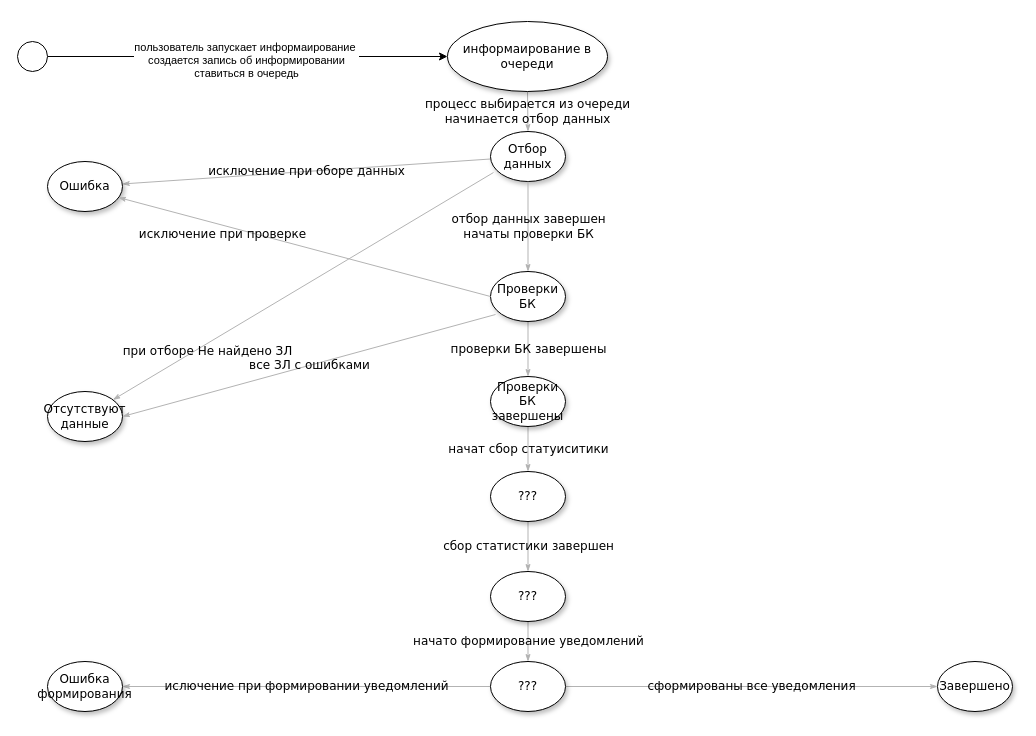
Before: статусы инициативного формирования.drawio in MaxMoto1702/draw.io, a draw.io diagram. Source tidied: cells renumbered, new cells numbered last; positions are measured from the earlier drawing's top-left corner, leaving out a move shared by most shapes. Both pictures are drawn from the tidied source at 100%, with x=0, y=0 at pixel (17, 21).
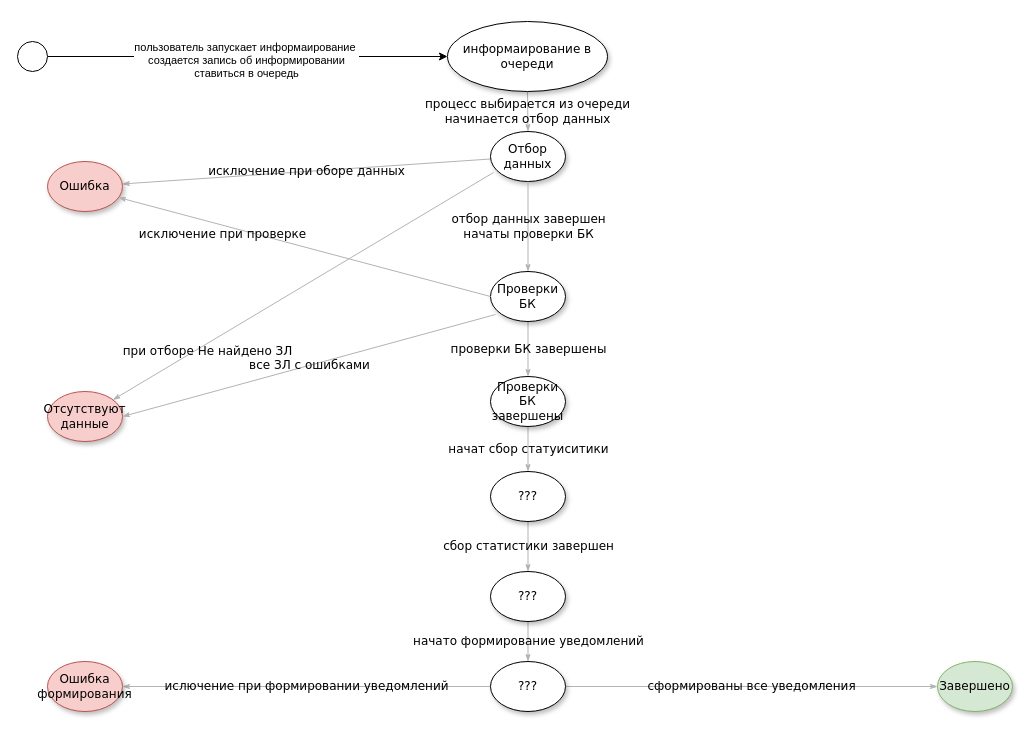
Above is the later version.

Change to the diagram source:
```diff
@@
-    <mxCell id="9" value="&lt;span&gt;Завершено&lt;/span&gt;" style="ellipse;whiteSpace=wrap;html=1;rounded=0;shadow=1;comic=0;labelBackgroundColor=none;strokeWidth=1;fontFamily=Verdana;fontSize=12;align=center;" parent="1" vertex="1">
+    <mxCell id="9" value="&lt;span&gt;Завершено&lt;/span&gt;" style="ellipse;whiteSpace=wrap;html=1;rounded=0;shadow=1;comic=0;labelBackgroundColor=none;strokeWidth=1;fontFamily=Verdana;fontSize=12;align=center;fillColor=#d5e8d4;strokeColor=#82b366;" parent="1" vertex="1">
       <mxGeometry x="920" y="640" width="75" height="50" as="geometry" />
     </mxCell>
@@
-    <mxCell id="15" value="&lt;span&gt;Ошибка&lt;/span&gt;" style="ellipse;whiteSpace=wrap;html=1;rounded=0;shadow=1;comic=0;labelBackgroundColor=none;strokeWidth=1;fontFamily=Verdana;fontSize=12;align=center;" parent="1" vertex="1">
+    <mxCell id="15" value="&lt;span&gt;Ошибка&lt;/span&gt;" style="ellipse;whiteSpace=wrap;html=1;rounded=0;shadow=1;comic=0;labelBackgroundColor=none;strokeWidth=1;fontFamily=Verdana;fontSize=12;align=center;fillColor=#f8cecc;strokeColor=#b85450;" parent="1" vertex="1">
       <mxGeometry x="30" y="140" width="75" height="50" as="geometry" />
     </mxCell>
@@
-    <mxCell id="22" value="&lt;span&gt;Отсутствуют данные&lt;/span&gt;" style="ellipse;whiteSpace=wrap;html=1;rounded=0;shadow=1;comic=0;labelBackgroundColor=none;strokeWidth=1;fontFamily=Verdana;fontSize=12;align=center;" parent="1" vertex="1">
+    <mxCell id="22" value="&lt;span&gt;Отсутствуют данные&lt;/span&gt;" style="ellipse;whiteSpace=wrap;html=1;rounded=0;shadow=1;comic=0;labelBackgroundColor=none;strokeWidth=1;fontFamily=Verdana;fontSize=12;align=center;fillColor=#f8cecc;strokeColor=#b85450;" parent="1" vertex="1">
       <mxGeometry x="30" y="370" width="75" height="50" as="geometry" />
     </mxCell>
@@
-    <mxCell id="32" value="&lt;span&gt;Ошибка формирования&lt;/span&gt;" style="ellipse;whiteSpace=wrap;html=1;rounded=0;shadow=1;comic=0;labelBackgroundColor=none;strokeWidth=1;fontFamily=Verdana;fontSize=12;align=center;" parent="1" vertex="1">
+    <mxCell id="32" value="&lt;span&gt;Ошибка формирования&lt;/span&gt;" style="ellipse;whiteSpace=wrap;html=1;rounded=0;shadow=1;comic=0;labelBackgroundColor=none;strokeWidth=1;fontFamily=Verdana;fontSize=12;align=center;fillColor=#f8cecc;strokeColor=#b85450;" parent="1" vertex="1">
       <mxGeometry x="30" y="640" width="75" height="50" as="geometry" />
     </mxCell>
```
